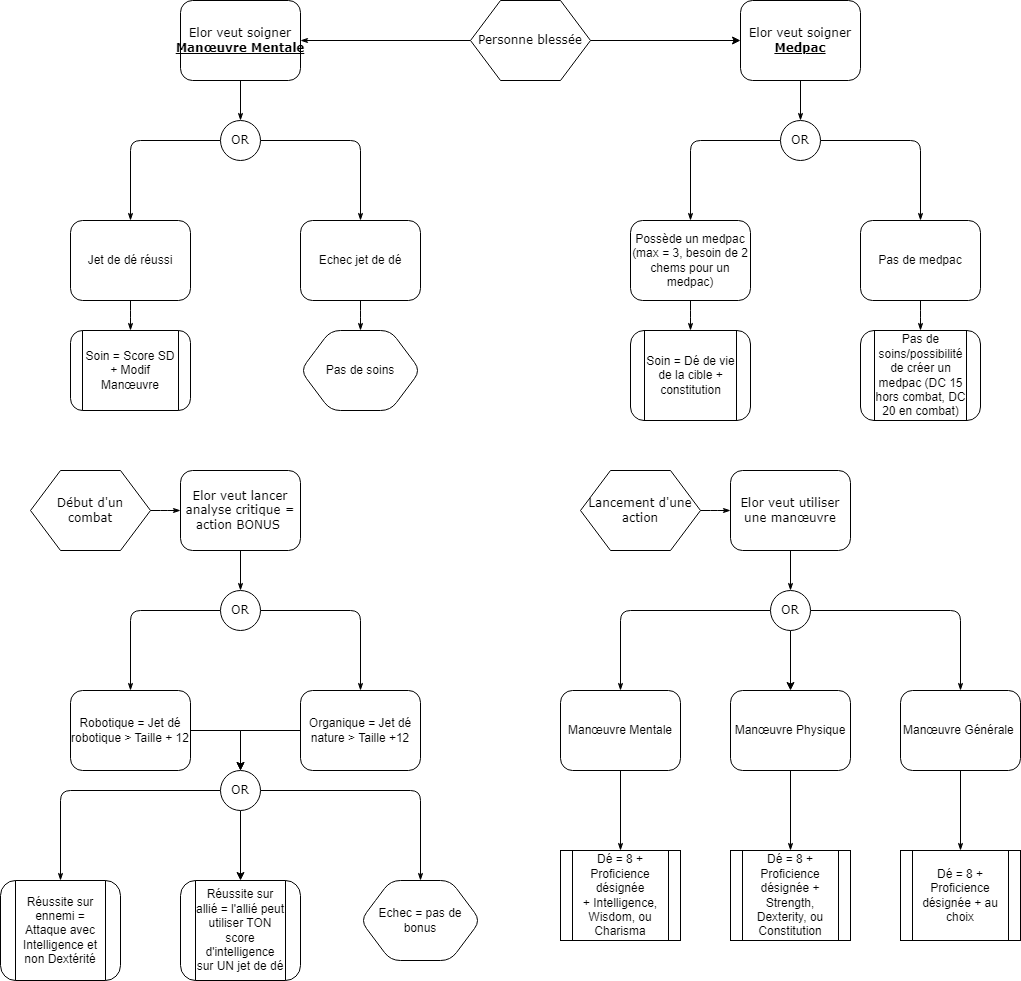
This is dossier/ELOR.drawio.png from clementjourdainJeru/RPStarWars, a draw.io export, as it was before one commit. Source tidied: cells renumbered, new cells last; positions are measured from the earlier drawing's top-left corner, leaving out a move shared by most shapes.
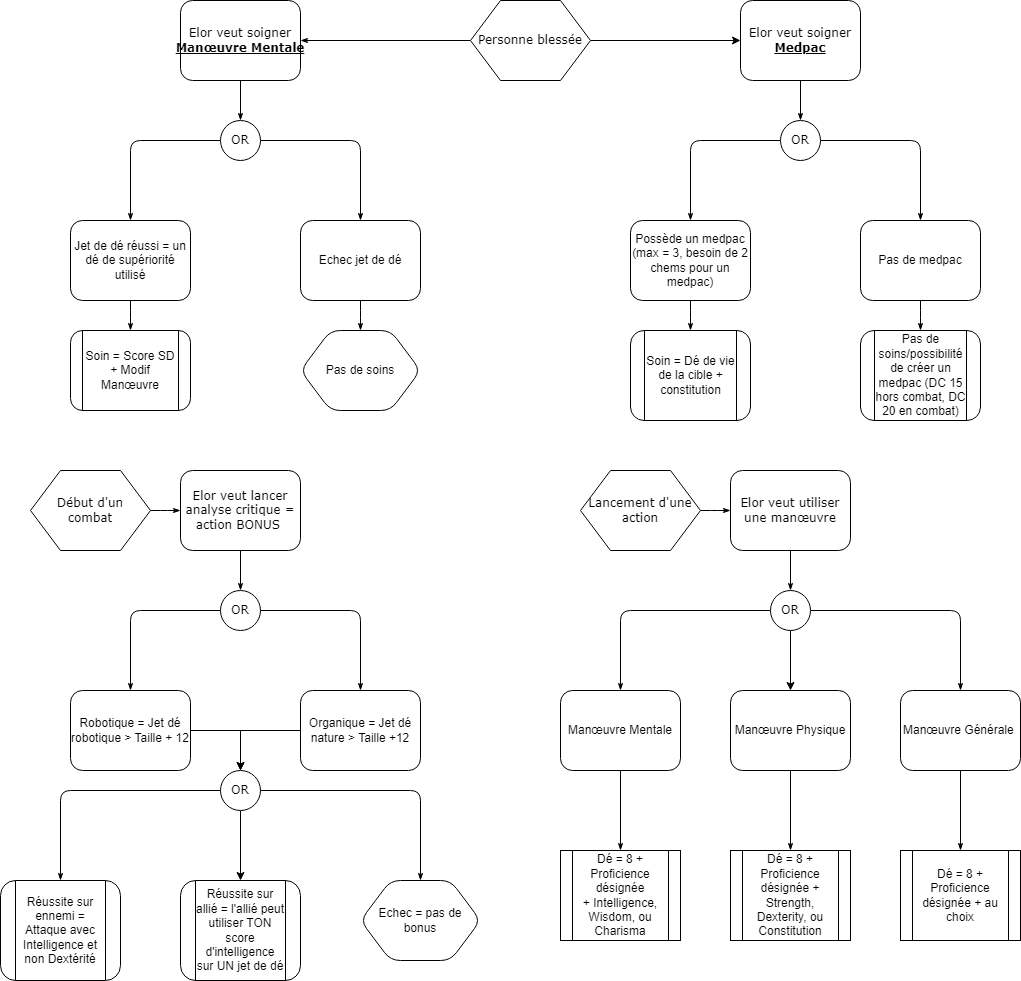
After the change.

Commit message:
Mettre à jour ELOR.drawio.png

Change to the diagram source:
```diff
@@ -29,7 +29,7 @@
     <mxCell id="10" style="edgeStyle=orthogonalEdgeStyle;rounded=1;html=1;labelBackgroundColor=none;startArrow=none;startFill=0;startSize=5;endArrow=classicThin;endFill=1;endSize=5;jettySize=auto;strokeWidth=1;fontFamily=Verdana;fontSize=8;" parent="1" edge="1" source="11" target="14">
       <mxGeometry relative="1" as="geometry" />
     </mxCell>
-    <mxCell id="11" value="Jet de dé réussi" style="shape=label;perimeter=rectanglePerimeter;whiteSpace=wrap;html=1;rounded=1;shadow=0;labelBackgroundColor=none;strokeWidth=1;fontFamily=Helvetica;fontSize=12;align=center;" parent="1" vertex="1">
+    <mxCell id="11" value="Jet de dé réussi = un dé de supériorité utilisé" style="shape=label;perimeter=rectanglePerimeter;whiteSpace=wrap;html=1;rounded=1;shadow=0;labelBackgroundColor=none;strokeWidth=1;fontFamily=Helvetica;fontSize=12;align=center;" parent="1" vertex="1">
       <mxGeometry x="70" y="220" width="120" height="80" as="geometry" />
     </mxCell>
     <mxCell id="12" style="edgeStyle=orthogonalEdgeStyle;rounded=1;html=1;labelBackgroundColor=none;startArrow=none;startFill=0;startSize=5;endArrow=classicThin;endFill=1;endSize=5;jettySize=auto;strokeWidth=1;fontFamily=Verdana;fontSize=8;" parent="1" edge="1" source="13" target="15">
```
